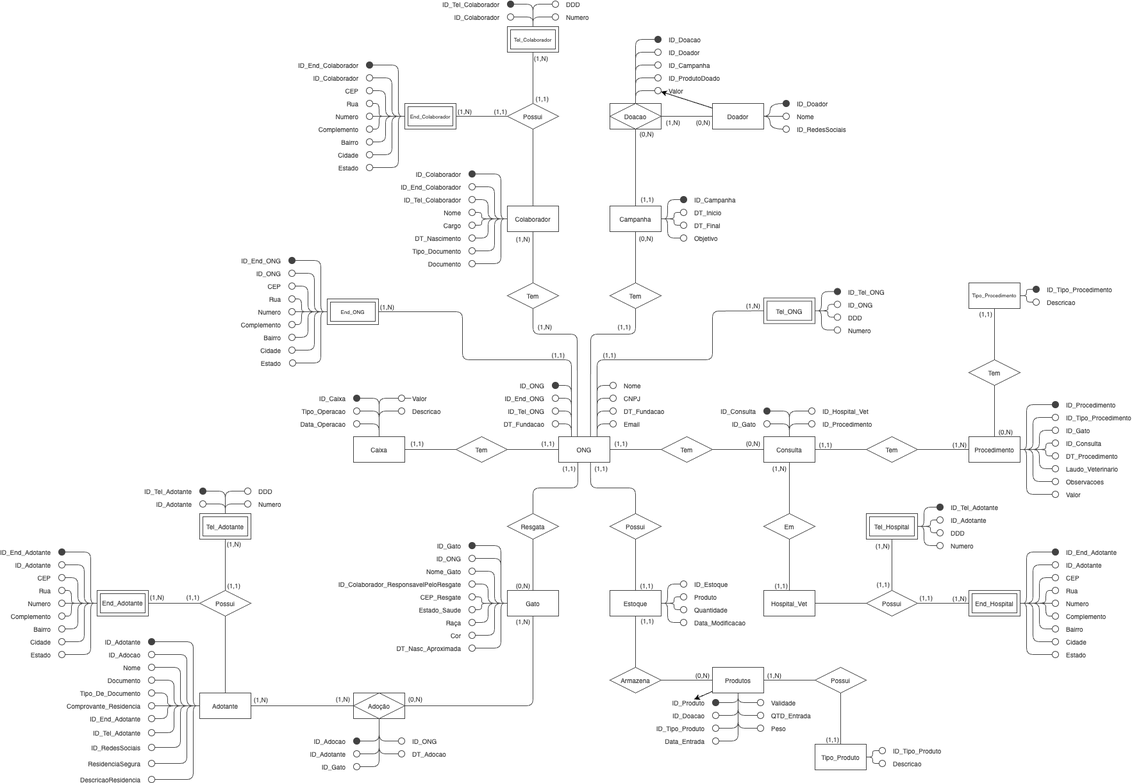
Before: assets/models/modelo-conceitual.png, a diagram exported from draw.io (Projeto-ResGatinhos/db-resgatinhos). Source tidied: cells renumbered, new cells last; positions are measured from the earlier drawing's top-left corner, leaving out a move shared by most shapes.
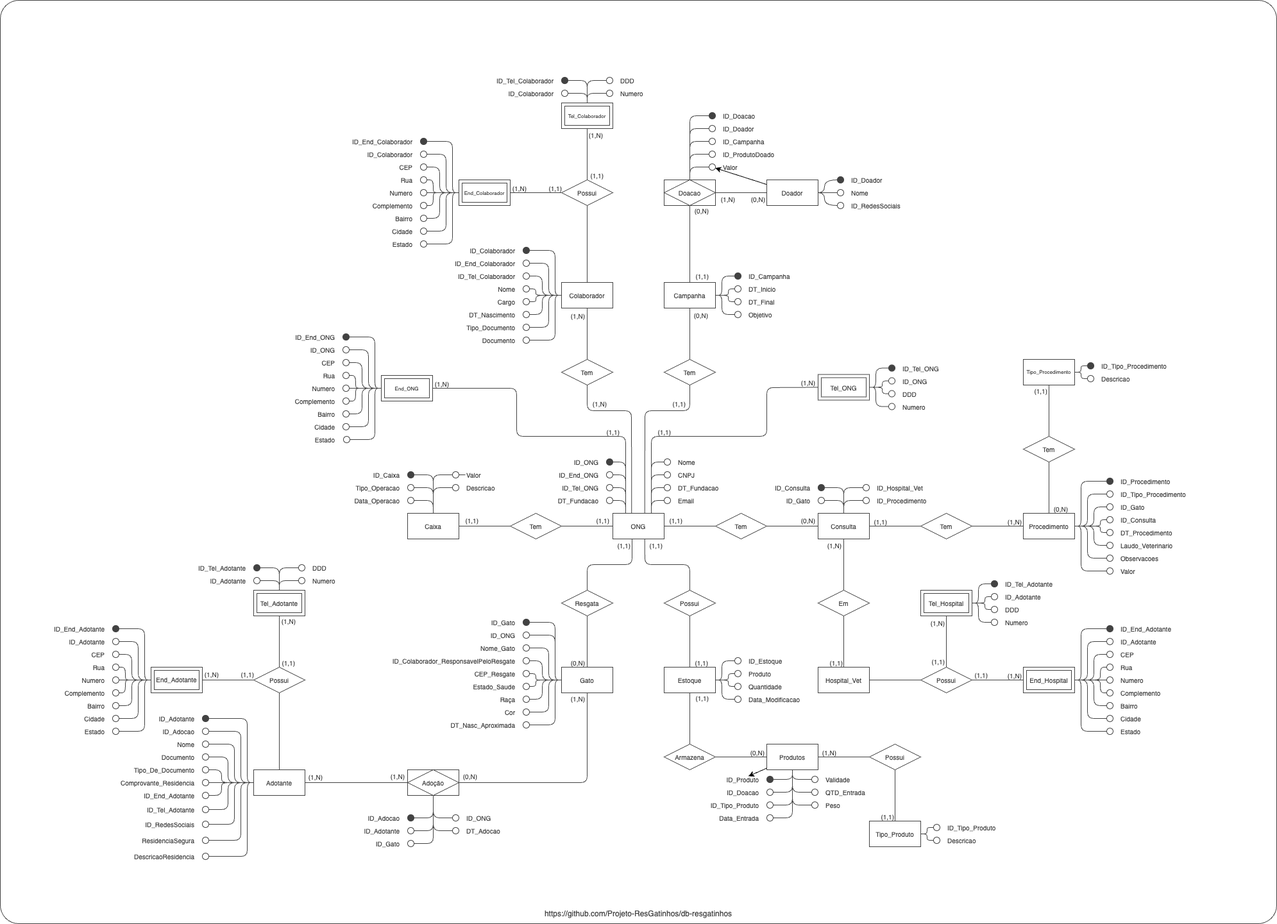
After the change.

Change to the diagram source:
```diff
@@ -2291,5 +2291,11 @@
     <mxCell id="538" style="ellipse;whiteSpace=wrap;html=1;strokeColor=#424242;fontFamily=Helvetica;fontSize=10;fontColor=#424242;fillColor=#424242;" parent="1" vertex="1">
       <mxGeometry x="710" y="845" width="10" height="10" as="geometry" />
     </mxCell>
+    <mxCell id="539" style="rounded=1;whiteSpace=wrap;html=1;strokeColor=#424242;fillColor=none;arcSize=2;" parent="1" vertex="1">
+      <mxGeometry x="-105" y="-120" width="1990" height="1440" as="geometry" />
+    </mxCell>
+    <mxCell id="540" value="&lt;font color=&quot;#424242&quot;&gt;https://github.com/Projeto-ResGatinhos/db-resgatinhos&lt;/font&gt;" style="text;html=1;strokeColor=none;fillColor=none;align=center;verticalAlign=middle;whiteSpace=wrap;rounded=0;" parent="1" vertex="1">
+      <mxGeometry x="715" y="1290" width="350" height="30" as="geometry" />
+    </mxCell>
   </root>
 </mxGraphModel>
```
